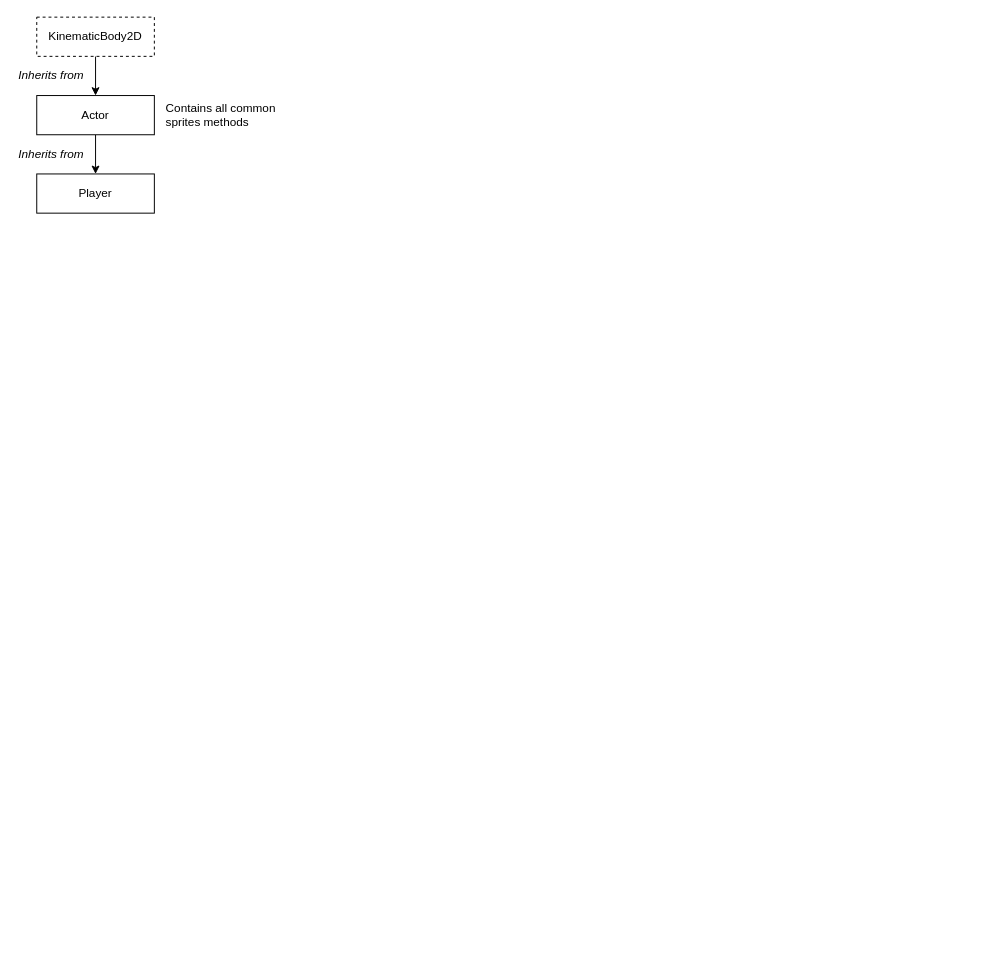
Before: GDQuest/02-2D Platform Character/documents/README.drawio in cvionnet/Godot-Csharp, a draw.io diagram. Source tidied: cells renumbered, new cells numbered last; positions are measured from the earlier drawing's top-left corner, leaving out a move shared by most shapes. Both pictures are drawn from the tidied source at 98%, with x=0, y=0 at pixel (17, 17).
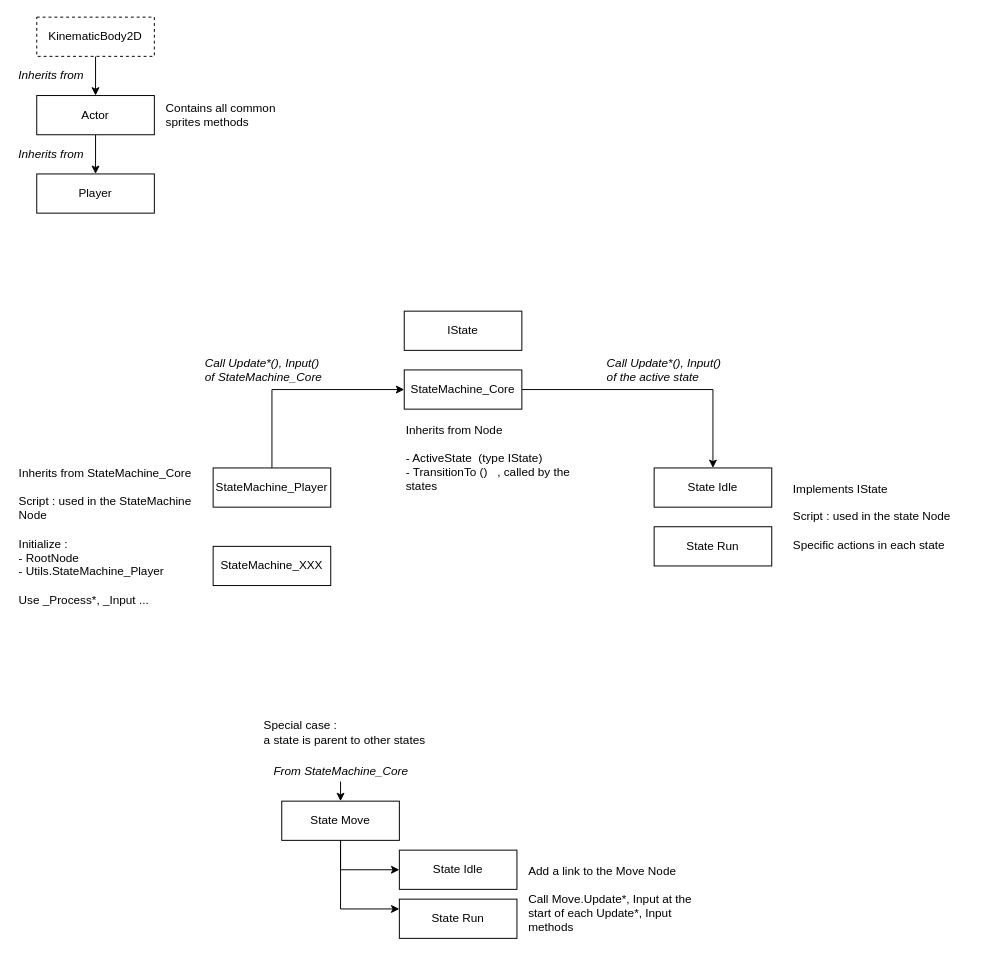
The same page after the edit.

Diff of the diagram source:
```diff
@@
+    <mxCell id="10" style="edgeStyle=orthogonalEdgeStyle;rounded=0;jettySize=auto;html=1;exitX=0.5;exitY=0;exitDx=0;exitDy=0;entryX=0;entryY=0.5;entryDx=0;entryDy=0;" parent="1" edge="1" source="11" target="15">
+      <mxGeometry relative="1" as="geometry">
+        <Array as="points">
+          <mxPoint x="260" y="380" />
+        </Array>
+      </mxGeometry>
+    </mxCell>
+    <mxCell id="11" value="StateMachine_Player" style="rounded=0;whiteSpace=wrap;html=1;" parent="1" vertex="1">
+      <mxGeometry x="200" y="460" width="120" height="40" as="geometry" />
+    </mxCell>
+    <mxCell id="12" value="StateMachine_XXX" style="rounded=0;whiteSpace=wrap;html=1;" parent="1" vertex="1">
+      <mxGeometry x="200" y="540" width="120" height="40" as="geometry" />
+    </mxCell>
+    <mxCell id="13" value="&lt;span style=&quot;text-align: center&quot;&gt;Inherits from StateMachine_Core&lt;br&gt;&lt;br&gt;&lt;/span&gt;&lt;span style=&quot;text-align: center&quot;&gt;Script : used in the StateMachine Node&lt;/span&gt;&lt;br style=&quot;text-align: center&quot;&gt;&lt;span style=&quot;text-align: center&quot;&gt;&lt;br&gt;Initialize : &lt;br&gt;- RootNode&lt;br&gt;- Utils.StateMachine_Player&lt;br&gt;&lt;br&gt;Use _Process*, _Input ...&lt;br&gt;&lt;/span&gt;" style="text;html=1;strokeColor=none;fillColor=none;align=left;verticalAlign=middle;whiteSpace=wrap;rounded=0;dashed=1;" parent="1" vertex="1">
+      <mxGeometry y="450" width="180" height="160" as="geometry" />
+    </mxCell>
+    <mxCell id="14" style="edgeStyle=orthogonalEdgeStyle;rounded=0;jettySize=auto;html=1;exitX=1;exitY=0.5;exitDx=0;exitDy=0;entryX=0.5;entryY=0;entryDx=0;entryDy=0;" parent="1" edge="1" source="15" target="18">
+      <mxGeometry relative="1" as="geometry" />
+    </mxCell>
+    <mxCell id="15" value="StateMachine_Core" style="rounded=0;whiteSpace=wrap;html=1;" parent="1" vertex="1">
+      <mxGeometry x="395" y="360" width="120" height="40" as="geometry" />
+    </mxCell>
+    <mxCell id="16" value="&lt;span style=&quot;text-align: center&quot;&gt;Inherits from Node&lt;br&gt;&lt;br&gt;&lt;/span&gt;&lt;span style=&quot;text-align: center&quot;&gt;- ActiveState&amp;nbsp; (type IState)&lt;br&gt;- TransitionTo ()&amp;nbsp; &amp;nbsp;, called by the states&lt;br&gt;&lt;/span&gt;" style="text;html=1;strokeColor=none;fillColor=none;align=left;verticalAlign=middle;whiteSpace=wrap;rounded=0;dashed=1;" parent="1" vertex="1">
+      <mxGeometry x="395" y="410" width="180" height="80" as="geometry" />
+    </mxCell>
+    <mxCell id="17" value="&lt;span style=&quot;text-align: center&quot;&gt;Call Update*(), Input() &lt;br&gt;of StateMachine_Core&lt;br&gt;&lt;/span&gt;" style="text;html=1;strokeColor=none;fillColor=none;align=left;verticalAlign=middle;whiteSpace=wrap;rounded=0;dashed=1;fontStyle=2;" parent="1" vertex="1">
+      <mxGeometry x="190" y="340" width="180" height="40" as="geometry" />
+    </mxCell>
+    <mxCell id="18" value="State Idle" style="rounded=0;whiteSpace=wrap;html=1;" parent="1" vertex="1">
+      <mxGeometry x="650" y="460" width="120" height="40" as="geometry" />
+    </mxCell>
+    <mxCell id="19" value="State Run" style="rounded=0;whiteSpace=wrap;html=1;" parent="1" vertex="1">
+      <mxGeometry x="650" y="520" width="120" height="40" as="geometry" />
+    </mxCell>
+    <mxCell id="20" value="&lt;span style=&quot;text-align: center&quot;&gt;Call Update*(), Input() &lt;br&gt;of the active state&lt;br&gt;&lt;/span&gt;" style="text;html=1;strokeColor=none;fillColor=none;align=left;verticalAlign=middle;whiteSpace=wrap;rounded=0;dashed=1;fontStyle=2;" parent="1" vertex="1">
+      <mxGeometry x="600" y="340" width="180" height="40" as="geometry" />
+    </mxCell>
+    <mxCell id="21" value="IState" style="rounded=0;whiteSpace=wrap;html=1;" parent="1" vertex="1">
+      <mxGeometry x="395" y="300" width="120" height="40" as="geometry" />
+    </mxCell>
+    <mxCell id="22" value="&lt;span style=&quot;text-align: center&quot;&gt;Implements IState&lt;br&gt;&lt;br&gt;&lt;/span&gt;&lt;span style=&quot;text-align: center&quot;&gt;Script : used in the state Node&lt;/span&gt;&lt;span style=&quot;text-align: center&quot;&gt;&lt;br&gt;&lt;/span&gt;&lt;span style=&quot;text-align: center&quot;&gt;&lt;br&gt;Specific actions in each state&lt;br&gt;&lt;/span&gt;" style="text;html=1;strokeColor=none;fillColor=none;align=left;verticalAlign=middle;whiteSpace=wrap;rounded=0;dashed=1;" parent="1" vertex="1">
+      <mxGeometry x="790" y="470" width="180" height="80" as="geometry" />
+    </mxCell>
+    <mxCell id="23" style="edgeStyle=orthogonalEdgeStyle;rounded=0;jettySize=auto;html=1;entryX=0.5;entryY=0;entryDx=0;entryDy=0;" parent="1" edge="1" target="26">
+      <mxGeometry relative="1" as="geometry">
+        <mxPoint x="330" y="780" as="sourcePoint" />
+      </mxGeometry>
+    </mxCell>
+    <mxCell id="24" style="edgeStyle=orthogonalEdgeStyle;rounded=0;jettySize=auto;html=1;exitX=0.5;exitY=1;exitDx=0;exitDy=0;entryX=0;entryY=0.5;entryDx=0;entryDy=0;" parent="1" edge="1" source="26" target="29">
+      <mxGeometry relative="1" as="geometry" />
+    </mxCell>
+    <mxCell id="25" style="edgeStyle=orthogonalEdgeStyle;rounded=0;jettySize=auto;html=1;exitX=0.5;exitY=1;exitDx=0;exitDy=0;entryX=0;entryY=0.25;entryDx=0;entryDy=0;" parent="1" edge="1" source="26" target="27">
+      <mxGeometry relative="1" as="geometry" />
+    </mxCell>
+    <mxCell id="26" value="State Move" style="rounded=0;whiteSpace=wrap;html=1;" parent="1" vertex="1">
+      <mxGeometry x="270" y="800" width="120" height="40" as="geometry" />
+    </mxCell>
+    <mxCell id="27" value="State Run" style="rounded=0;whiteSpace=wrap;html=1;" parent="1" vertex="1">
+      <mxGeometry x="390" y="900" width="120" height="40" as="geometry" />
+    </mxCell>
+    <mxCell id="28" value="&lt;span style=&quot;text-align: center&quot;&gt;From&lt;/span&gt;&lt;span style=&quot;text-align: center&quot;&gt;&amp;nbsp;StateMachine_Core&lt;/span&gt;&lt;span style=&quot;text-align: center&quot;&gt;&lt;br&gt;&lt;/span&gt;" style="text;html=1;strokeColor=none;fillColor=none;align=left;verticalAlign=middle;whiteSpace=wrap;rounded=0;dashed=1;fontStyle=2;" parent="1" vertex="1">
+      <mxGeometry x="260" y="750" width="180" height="40" as="geometry" />
+    </mxCell>
+    <mxCell id="29" value="State Idle" style="rounded=0;whiteSpace=wrap;html=1;" parent="1" vertex="1">
+      <mxGeometry x="390" y="850" width="120" height="40" as="geometry" />
+    </mxCell>
+    <mxCell id="30" value="&lt;span style=&quot;text-align: center&quot;&gt;Special case : &lt;br&gt;a state is parent to other states&lt;br&gt;&lt;/span&gt;" style="text;html=1;strokeColor=none;fillColor=none;align=left;verticalAlign=middle;whiteSpace=wrap;rounded=0;dashed=1;" parent="1" vertex="1">
+      <mxGeometry x="250" y="710" width="180" height="40" as="geometry" />
+    </mxCell>
+    <mxCell id="31" value="&lt;span style=&quot;text-align: center&quot;&gt;Add a link to the Move Node&lt;br&gt;&lt;br&gt;Call&amp;nbsp;&lt;/span&gt;&lt;span style=&quot;text-align: center&quot;&gt;Move.Update*, Input at the start of each&amp;nbsp;&lt;/span&gt;&lt;span style=&quot;text-align: center&quot;&gt;Update*, Input&amp;nbsp;&lt;/span&gt;&lt;span style=&quot;text-align: center&quot;&gt;&lt;br&gt;methods&lt;/span&gt;&lt;span style=&quot;text-align: center&quot;&gt;&lt;br&gt;&lt;/span&gt;" style="text;html=1;strokeColor=none;fillColor=none;align=left;verticalAlign=middle;whiteSpace=wrap;rounded=0;dashed=1;" parent="1" vertex="1">
+      <mxGeometry x="520" y="860" width="180" height="80" as="geometry" />
+    </mxCell>
```
